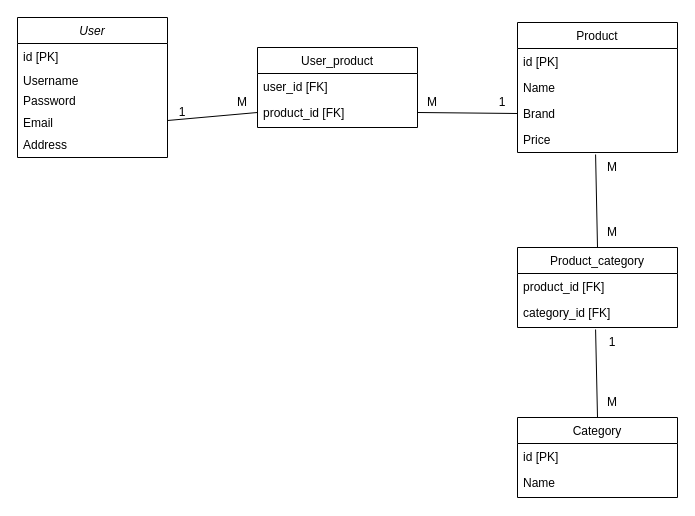
Earlier version of the draw.io diagram docs/NayeliER.drawio (nandopiles/nayeli). Source tidied: cells renumbered, new cells numbered last; positions are measured from the earlier drawing's top-left corner, leaving out a move shared by most shapes. Both pictures are drawn from the tidied source at 100%, with x=0, y=0 at pixel (17, 17).
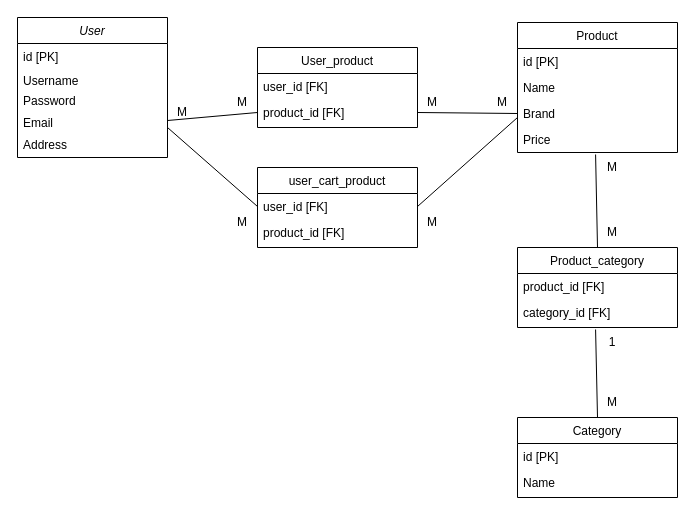
The same diagram, later.

Commit message:
new table added to the diagram

What changed in the source:
```diff
@@
-    <mxCell id="27" value="1" style="text;html=1;align=center;verticalAlign=middle;whiteSpace=wrap;rounded=0;" parent="1" vertex="1">
+    <mxCell id="27" value="M" style="text;html=1;align=center;verticalAlign=middle;whiteSpace=wrap;rounded=0;" parent="1" vertex="1">
       <mxGeometry x="150" y="80" width="30" height="30" as="geometry" />
     </mxCell>
@@
-    <mxCell id="30" value="1" style="text;html=1;align=center;verticalAlign=middle;whiteSpace=wrap;rounded=0;" parent="1" vertex="1">
+    <mxCell id="30" value="M" style="text;html=1;align=center;verticalAlign=middle;whiteSpace=wrap;rounded=0;" parent="1" vertex="1">
       <mxGeometry x="470" y="70" width="30" height="30" as="geometry" />
     </mxCell>
@@
+    <mxCell id="35" value="user_cart_product" style="swimlane;fontStyle=0;align=center;verticalAlign=top;horizontal=1;startSize=26;rounded=0;shadow=0;strokeWidth=1;" parent="1" vertex="1">
+      <mxGeometry x="240" y="150" width="160" height="80" as="geometry" />
+    </mxCell>
+    <mxCell id="36" value="user_id [FK]" style="text;align=left;verticalAlign=top;spacingLeft=4;spacingRight=4;overflow=hidden;points=[[0,0.5],[1,0.5]];portConstraint=eastwest;" parent="35" vertex="1">
+      <mxGeometry y="26" width="160" height="26" as="geometry" />
+    </mxCell>
+    <mxCell id="37" value="product_id [FK]" style="text;align=left;verticalAlign=top;spacingLeft=4;spacingRight=4;overflow=hidden;rounded=0;shadow=0;html=0;" parent="35" vertex="1">
+      <mxGeometry y="52" width="160" height="26" as="geometry" />
+    </mxCell>
+    <mxCell id="38" value="M" style="text;html=1;align=center;verticalAlign=middle;whiteSpace=wrap;rounded=0;" parent="1" vertex="1">
+      <mxGeometry x="210" y="190" width="30" height="30" as="geometry" />
+    </mxCell>
+    <mxCell id="39" value="M" style="text;html=1;align=center;verticalAlign=middle;whiteSpace=wrap;rounded=0;" parent="1" vertex="1">
+      <mxGeometry x="400" y="190" width="30" height="30" as="geometry" />
+    </mxCell>
+    <mxCell id="40" style="endArrow=none;html=1;rounded=0;exitX=0;exitY=1;exitDx=0;exitDy=0;entryX=0;entryY=0.5;entryDx=0;entryDy=0;" parent="1" edge="1" source="27" target="36">
+      <mxGeometry relative="1" as="geometry" />
+    </mxCell>
+    <mxCell id="41" style="endArrow=none;html=1;rounded=0;entryX=1;entryY=1;entryDx=0;entryDy=0;exitX=1;exitY=0.5;exitDx=0;exitDy=0;" parent="1" edge="1" source="36" target="30">
+      <mxGeometry relative="1" as="geometry" />
+    </mxCell>
```
